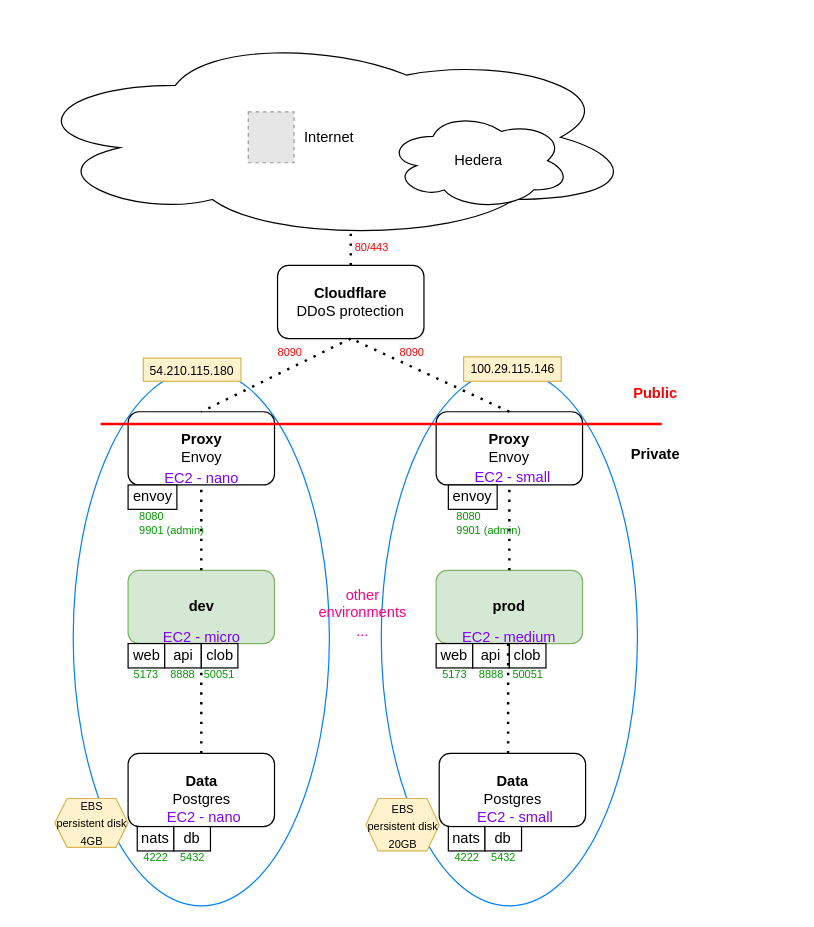
Earlier version of the draw.io diagram resources/Predict.drawio (Amplified-Information/testing). Source tidied: cells renumbered, new cells numbered last; positions are measured from the earlier drawing's top-left corner, leaving out a move shared by most shapes. Both pictures are drawn from the tidied source at 122%, with x=0, y=0 at pixel (21, 33). Pictures stored in the file or linked from it are replaced by grey dashed boxes.
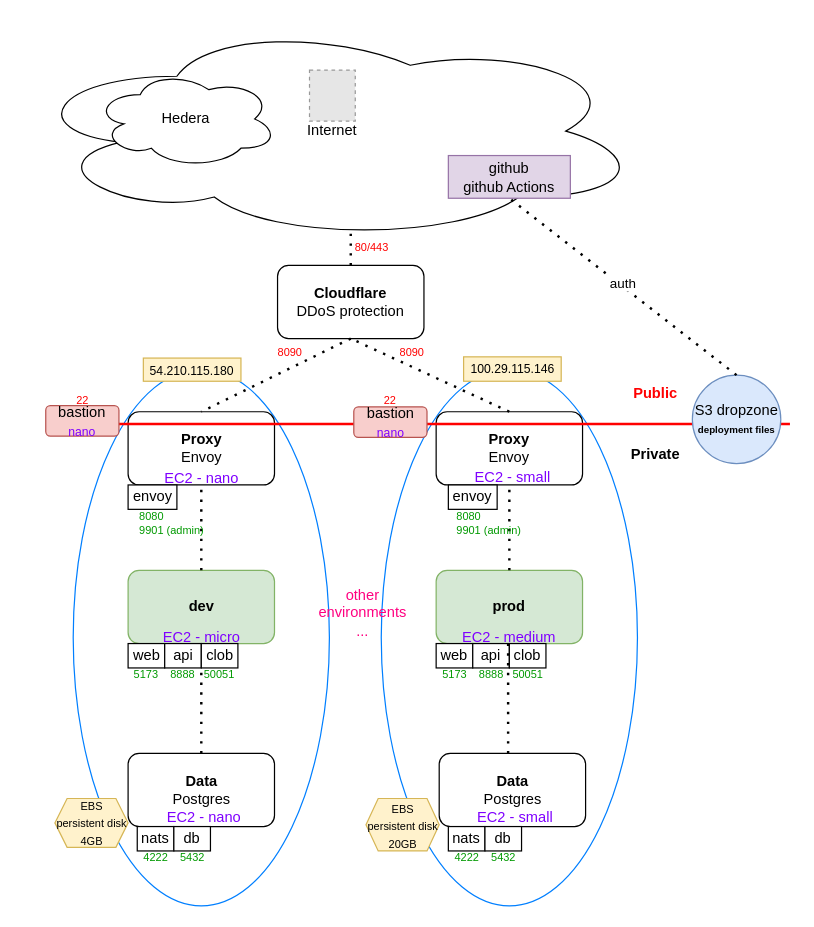
After the change.

Diff of the diagram source:
```diff
@@
     <mxCell id="24" value="Internet" style="ellipse;shape=cloud;whiteSpace=wrap;html=1;" parent="1" vertex="1">
-      <mxGeometry width="505" height="170" as="geometry" />
+      <mxGeometry y="-10" width="510" height="180" as="geometry" />
     </mxCell>
@@
     <mxCell id="47" style="endArrow=none;html=1;rounded=0;fontColor=#FF0000;strokeColor=#FF0000;strokeWidth=2;" parent="1" edge="1">
       <mxGeometry relative="1" as="geometry">
         <mxPoint x="65" y="320" as="sourcePoint" />
-        <mxPoint x="525" y="320" as="targetPoint" />
+        <mxPoint x="630" y="320" as="targetPoint" />
       </mxGeometry>
     </mxCell>
@@
     <mxCell id="52" style="fillColor=#E6E6E6;strokeColor=#999999;dashed=1;verticalLabelPosition=bottom;labelBackgroundColor=default;verticalAlign=top;" parent="1" vertex="1">
-      <mxGeometry x="186" y="64.2" width="37.5" height="41.7" as="geometry" />
+      <mxGeometry x="236.2" y="30" width="37.5" height="41.7" as="geometry" />
     </mxCell>
@@
     <mxCell id="54" value="Hedera" style="ellipse;shape=cloud;whiteSpace=wrap;html=1;" parent="1" vertex="1">
-      <mxGeometry x="300" y="64.2" width="150" height="80" as="geometry" />
+      <mxGeometry x="60" y="30" width="150" height="80" as="geometry" />
     </mxCell>
@@
+    <mxCell id="62" value="bastion&lt;div&gt;&lt;font style=&quot;color: rgb(127, 0, 255); font-size: 10px;&quot;&gt;nano&lt;/font&gt;&lt;/div&gt;" style="rounded=1;whiteSpace=wrap;html=1;fillColor=#f8cecc;strokeColor=#b85450;" parent="1" vertex="1">
+      <mxGeometry x="20" y="305" width="60" height="25" as="geometry" />
+    </mxCell>
+    <mxCell id="63" value="&lt;font style=&quot;font-size: 9px; color: rgb(255, 0, 0);&quot;&gt;22&lt;/font&gt;" style="text;html=1;whiteSpace=wrap;strokeColor=none;fillColor=none;align=center;verticalAlign=middle;rounded=0;" parent="1" vertex="1">
+      <mxGeometry x="27.5" y="295" width="45" height="10" as="geometry" />
+    </mxCell>
+    <mxCell id="64" value="&lt;font style=&quot;font-size: 9px; color: rgb(255, 0, 0);&quot;&gt;22&lt;/font&gt;" style="text;html=1;whiteSpace=wrap;strokeColor=none;fillColor=none;align=center;verticalAlign=middle;rounded=0;" parent="1" vertex="1">
+      <mxGeometry x="280" y="295" width="45" height="10" as="geometry" />
+    </mxCell>
+    <mxCell id="65" value="bastion&lt;div&gt;&lt;font style=&quot;color: rgb(127, 0, 255); font-size: 10px;&quot;&gt;nano&lt;/font&gt;&lt;/div&gt;" style="rounded=1;whiteSpace=wrap;html=1;fillColor=#f8cecc;strokeColor=#b85450;" parent="1" vertex="1">
+      <mxGeometry x="272.5" y="306" width="60" height="25" as="geometry" />
+    </mxCell>
+    <mxCell id="66" value="S3 dropzone&lt;div&gt;&lt;font style=&quot;font-size: 8px;&quot;&gt;&lt;b&gt;deployment files&lt;/b&gt;&lt;/font&gt;&lt;/div&gt;" style="ellipse;whiteSpace=wrap;html=1;fillColor=#dae8fc;strokeColor=#6c8ebf;" parent="1" vertex="1">
+      <mxGeometry x="550" y="280" width="72.5" height="72.5" as="geometry" />
+    </mxCell>
+    <mxCell id="67" value="github&lt;div&gt;github Actions&lt;/div&gt;" style="rounded=0;whiteSpace=wrap;html=1;fillColor=#e1d5e7;strokeColor=#9673a6;" parent="1" vertex="1">
+      <mxGeometry x="350" y="100" width="100" height="35" as="geometry" />
+    </mxCell>
+    <mxCell id="68" style="endArrow=none;dashed=1;html=1;dashPattern=1 3;strokeWidth=2;rounded=0;entryX=0.5;entryY=1;entryDx=0;entryDy=0;exitX=0.5;exitY=0;exitDx=0;exitDy=0;" parent="1" edge="1" source="66" target="67">
+      <mxGeometry relative="1" as="geometry" />
+    </mxCell>
+    <mxCell id="69" value="auth" style="edgeLabel;html=1;align=center;verticalAlign=middle;" parent="68" vertex="1">
+      <mxGeometry x="0.02" y="-2" relative="1" as="geometry" />
+    </mxCell>
```
